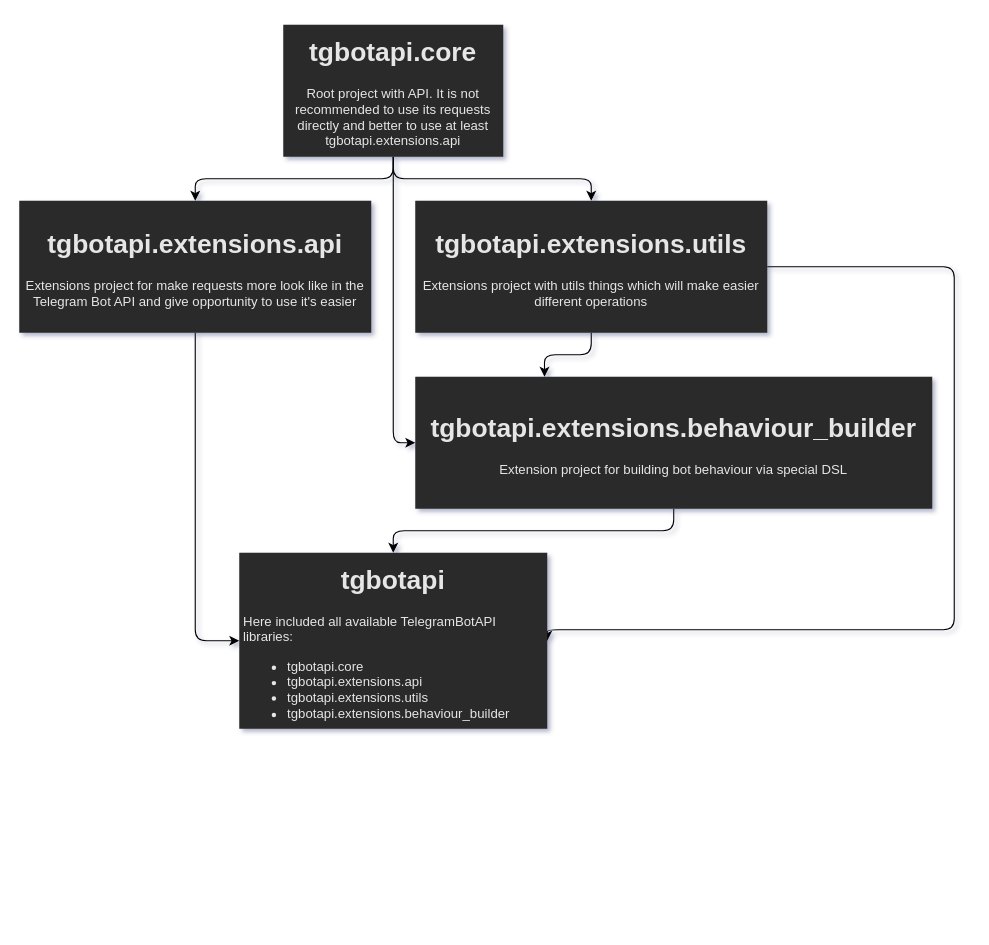
This is TelegramBotAPI.drawio from InsanusMokrassar/ktgbotapi, a draw.io file, before an edit. Source tidied: cells renumbered, new cells numbered last; positions are measured from the earlier drawing's top-left corner, leaving out a move shared by most shapes. Both pictures are drawn from the tidied source at 110%, with x=0, y=0 at pixel (19, 24).
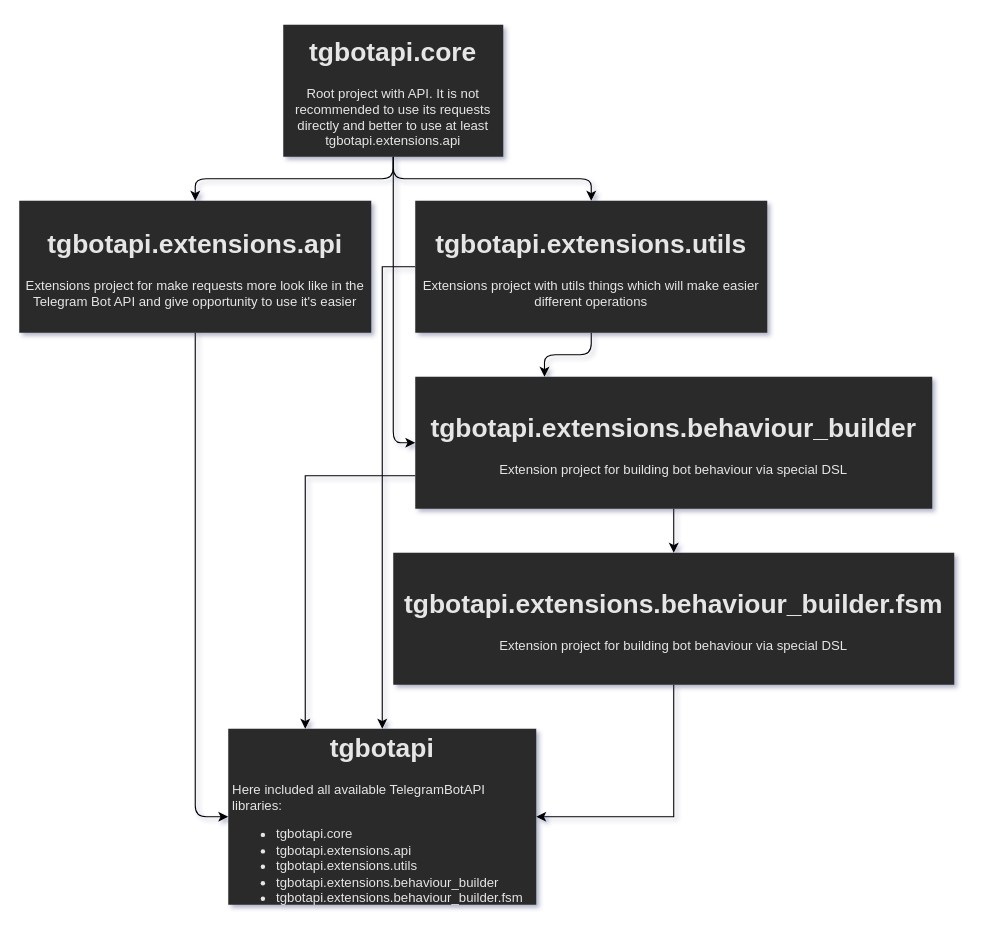
The same diagram, later.

Change to the diagram source:
```diff
@@
 <mxGraphModel shadow="1">
   <root>
     <mxCell id="0" />
     <mxCell id="1" parent="0" />
     <mxCell id="2" style="edgeStyle=orthogonalEdgeStyle;jettySize=auto;html=1;entryX=0;entryY=0.5;entryDx=0;entryDy=0;" parent="1" edge="1" source="3" target="13">
       <mxGeometry relative="1" as="geometry" />
     </mxCell>
     <mxCell id="3" value="&lt;h1&gt;&lt;span style=&quot;text-align: left&quot;&gt;&lt;span style=&quot;line-height: 28.8px&quot;&gt;&lt;b style=&quot;font-size: 24px&quot;&gt;tgbotapi.extensions.api&lt;/b&gt;&lt;/span&gt;&lt;/span&gt;&lt;/h1&gt;&lt;p&gt;&lt;span style=&quot;text-align: left&quot;&gt;Extensions project for make requests more look like in the Telegram Bot API and give opportunity to use it's easier&lt;/span&gt;&lt;/p&gt;" style="text;html=1;align=center;verticalAlign=middle;shadow=0;glass=0;spacing=5;whiteSpace=wrap;fillColor=#2a2a2a;fontColor=#E6E6E6;" parent="1" vertex="1">
       <mxGeometry y="160" width="320" height="120" as="geometry" />
     </mxCell>
     <mxCell id="4" style="edgeStyle=orthogonalEdgeStyle;jettySize=auto;html=1;entryX=0.5;entryY=0;entryDx=0;entryDy=0;" parent="1" edge="1" source="7" target="3">
       <mxGeometry relative="1" as="geometry" />
     </mxCell>
     <mxCell id="5" style="edgeStyle=orthogonalEdgeStyle;jettySize=auto;html=1;entryX=0.5;entryY=0;entryDx=0;entryDy=0;" parent="1" edge="1" source="7" target="10">
       <mxGeometry relative="1" as="geometry" />
     </mxCell>
     <mxCell id="6" style="edgeStyle=orthogonalEdgeStyle;jettySize=auto;html=1;entryX=0;entryY=0.5;entryDx=0;entryDy=0;" parent="1" edge="1" source="7" target="12">
       <mxGeometry relative="1" as="geometry" />
     </mxCell>
     <mxCell id="7" value="&lt;p style=&quot;line-height: 140%&quot;&gt;&lt;/p&gt;&lt;h1&gt;&lt;span style=&quot;font-size: 24px&quot;&gt;&lt;b&gt;tgbotapi.core&lt;/b&gt;&lt;/span&gt;&lt;/h1&gt;&lt;p&gt;&lt;span style=&quot;font-size: 12px ; font-weight: normal&quot;&gt;Root project with API. It is not recommended to use its requests directly and better to use at least tgbotapi.extensions.api&lt;/span&gt;&lt;/p&gt;&lt;p&gt;&lt;/p&gt;" style="text;html=1;align=center;verticalAlign=middle;shadow=0;glass=0;spacing=5;whiteSpace=wrap;fillColor=#2a2a2a;fontColor=#E6E6E6;" parent="1" vertex="1">
       <mxGeometry x="240" width="200" height="120" as="geometry" />
     </mxCell>
     <mxCell id="8" style="edgeStyle=orthogonalEdgeStyle;jettySize=auto;html=1;entryX=0.25;entryY=0;entryDx=0;entryDy=0;" parent="1" edge="1" source="10" target="12">
       <mxGeometry relative="1" as="geometry" />
     </mxCell>
-    <mxCell id="9" style="edgeStyle=orthogonalEdgeStyle;jettySize=auto;html=1;entryX=1;entryY=0.5;entryDx=0;entryDy=0;" parent="1" edge="1" source="10" target="13">
+    <mxCell id="9" style="edgeStyle=orthogonalEdgeStyle;rounded=0;jettySize=auto;html=1;exitX=0;exitY=0.5;exitDx=0;exitDy=0;entryX=0.5;entryY=0;entryDx=0;entryDy=0;" parent="1" edge="1" source="10" target="13">
       <mxGeometry relative="1" as="geometry">
         <Array as="points">
-          <mxPoint x="850" y="220" />
-          <mxPoint x="850" y="550" />
+          <mxPoint x="330" y="220" />
         </Array>
       </mxGeometry>
     </mxCell>
     <mxCell id="10" value="&lt;h1&gt;&lt;span style=&quot;text-align: left&quot;&gt;&lt;span style=&quot;line-height: 28.8px&quot;&gt;&lt;b style=&quot;font-size: 24px&quot;&gt;tgbotapi.extensions.utils&lt;/b&gt;&lt;/span&gt;&lt;/span&gt;&lt;/h1&gt;&lt;p&gt;Extensions project with utils things which will make easier different operations&lt;br&gt;&lt;/p&gt;" style="text;html=1;align=center;verticalAlign=middle;shadow=0;glass=0;spacing=5;whiteSpace=wrap;fillColor=#2a2a2a;fontColor=#E6E6E6;" parent="1" vertex="1">
       <mxGeometry x="360" y="160" width="320" height="120" as="geometry" />
     </mxCell>
+    <mxCell id="14" style="edgeStyle=orthogonalEdgeStyle;rounded=0;jettySize=auto;html=1;exitX=0.5;exitY=1;exitDx=0;exitDy=0;" parent="1" edge="1" source="12" target="16">
+      <mxGeometry relative="1" as="geometry" />
+    </mxCell>
-    <mxCell id="11" style="edgeStyle=orthogonalEdgeStyle;jettySize=auto;html=1;entryX=0.5;entryY=0;entryDx=0;entryDy=0;" parent="1" edge="1" source="12" target="13">
+    <mxCell id="11" style="edgeStyle=orthogonalEdgeStyle;rounded=0;jettySize=auto;html=1;exitX=0;exitY=0.75;exitDx=0;exitDy=0;entryX=0.25;entryY=0;entryDx=0;entryDy=0;" parent="1" edge="1" source="12" target="13">
       <mxGeometry relative="1" as="geometry" />
     </mxCell>
     <mxCell id="12" value="&lt;h1 style=&quot;text-align: left&quot;&gt;&lt;span style=&quot;font-size: 24px&quot;&gt;&lt;b&gt;tgbotapi.extensions.behaviour_builder&lt;/b&gt;&lt;/span&gt;&lt;/h1&gt;&lt;p&gt;&lt;span style=&quot;font-size: 12px ; font-weight: 400&quot;&gt;Extension project for building bot behaviour via special DSL&lt;/span&gt;&lt;/p&gt;" style="text;html=1;align=center;verticalAlign=middle;shadow=0;glass=0;spacing=5;whiteSpace=wrap;fillColor=#2a2a2a;fontColor=#E6E6E6;" parent="1" vertex="1">
       <mxGeometry x="360" y="320" width="470" height="120" as="geometry" />
     </mxCell>
-    <mxCell id="13" value="&lt;p style=&quot;line-height: 140%&quot;&gt;&lt;/p&gt;&lt;h1&gt;&lt;span style=&quot;font-size: 24px&quot;&gt;&lt;b&gt;tgbotapi&lt;/b&gt;&lt;/span&gt;&lt;/h1&gt;&lt;p style=&quot;text-align: left&quot;&gt;Here included all available TelegramBotAPI libraries:&lt;/p&gt;&lt;p&gt;&lt;/p&gt;&lt;ul&gt;&lt;li style=&quot;text-align: left&quot;&gt;tgbotapi.core&lt;/li&gt;&lt;li style=&quot;text-align: left&quot;&gt;tgbotapi.extensions.api&lt;/li&gt;&lt;li style=&quot;text-align: left&quot;&gt;tgbotapi.extensions.utils&lt;/li&gt;&lt;li style=&quot;text-align: left&quot;&gt;tgbotapi.extensions.behaviour_builder&lt;/li&gt;&lt;/ul&gt;&lt;p&gt;&lt;/p&gt;&lt;p&gt;&lt;/p&gt;" style="text;html=1;align=center;verticalAlign=middle;shadow=0;glass=0;spacing=5;whiteSpace=wrap;fillColor=#2a2a2a;fontColor=#E6E6E6;" parent="1" vertex="1">
-      <mxGeometry x="200" y="480" width="280" height="160" as="geometry" />
+    <mxCell id="13" value="&lt;p style=&quot;line-height: 140%&quot;&gt;&lt;/p&gt;&lt;h1&gt;&lt;span style=&quot;font-size: 24px&quot;&gt;&lt;b&gt;tgbotapi&lt;/b&gt;&lt;/span&gt;&lt;/h1&gt;&lt;p style=&quot;text-align: left&quot;&gt;Here included all available TelegramBotAPI libraries:&lt;/p&gt;&lt;p&gt;&lt;/p&gt;&lt;ul&gt;&lt;li style=&quot;text-align: left&quot;&gt;tgbotapi.core&lt;/li&gt;&lt;li style=&quot;text-align: left&quot;&gt;tgbotapi.extensions.api&lt;/li&gt;&lt;li style=&quot;text-align: left&quot;&gt;tgbotapi.extensions.utils&lt;/li&gt;&lt;li style=&quot;text-align: left&quot;&gt;tgbotapi.extensions.behaviour_builder&lt;/li&gt;&lt;li style=&quot;text-align: left&quot;&gt;tgbotapi.extensions.behaviour_builder.fsm&lt;/li&gt;&lt;/ul&gt;&lt;p&gt;&lt;/p&gt;&lt;p&gt;&lt;/p&gt;" style="text;html=1;align=center;verticalAlign=middle;shadow=0;glass=0;spacing=5;whiteSpace=wrap;fillColor=#2a2a2a;fontColor=#E6E6E6;" parent="1" vertex="1">
+      <mxGeometry x="190" y="640" width="280" height="160" as="geometry" />
     </mxCell>
+    <mxCell id="15" style="edgeStyle=orthogonalEdgeStyle;rounded=0;jettySize=auto;html=1;exitX=0.5;exitY=1;exitDx=0;exitDy=0;entryX=1;entryY=0.5;entryDx=0;entryDy=0;" parent="1" edge="1" source="16" target="13">
+      <mxGeometry relative="1" as="geometry" />
+    </mxCell>
+    <mxCell id="16" value="&lt;h1 style=&quot;text-align: left&quot;&gt;&lt;span style=&quot;font-size: 24px&quot;&gt;&lt;b&gt;tgbotapi.extensions.behaviour_builder.fsm&lt;/b&gt;&lt;/span&gt;&lt;/h1&gt;&lt;p&gt;&lt;span style=&quot;font-size: 12px ; font-weight: 400&quot;&gt;Extension project for building bot behaviour via special DSL&lt;/span&gt;&lt;/p&gt;" style="text;html=1;align=center;verticalAlign=middle;shadow=0;glass=0;spacing=5;whiteSpace=wrap;fillColor=#2a2a2a;fontColor=#E6E6E6;" parent="1" vertex="1">
+      <mxGeometry x="340" y="480" width="510" height="120" as="geometry" />
+    </mxCell>
   </root>
 </mxGraphModel>
```
